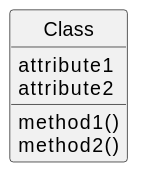
gigl-uml/Guide_uml_polymtl keeps this PlantUML diagram as out/plant_uml/classexample/classexample.svg. Above is the earlier version.
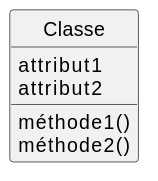
Above is the later version.

What changed in the source:
```diff
@@ -3,10 +3,10 @@
 skinparam classAttributeIconSize 0
 skinparam backgroundcolor transparent
 
-class Class {
-    attribute1
-    attribute2
-    method1()
-    method2()
+class Classe {
+    attribut1
+    attribut2
+    méthode1()
+    méthode2()
 }
 @enduml
```
